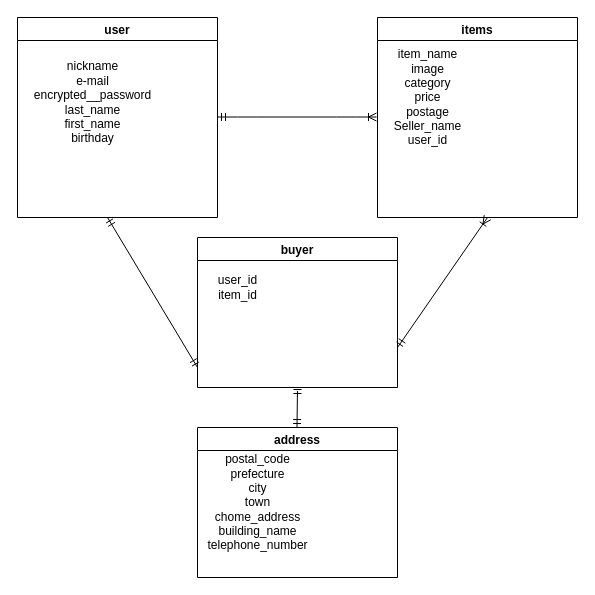
The draw.io diagram app/DB.dio in Tokuzo4/furima-37165, before the edit. Source tidied: cells renumbered, new cells numbered last; positions are measured from the earlier drawing's top-left corner, leaving out a move shared by most shapes. Both pictures are drawn from the tidied source at 100%, with x=0, y=0 at pixel (17, 17).
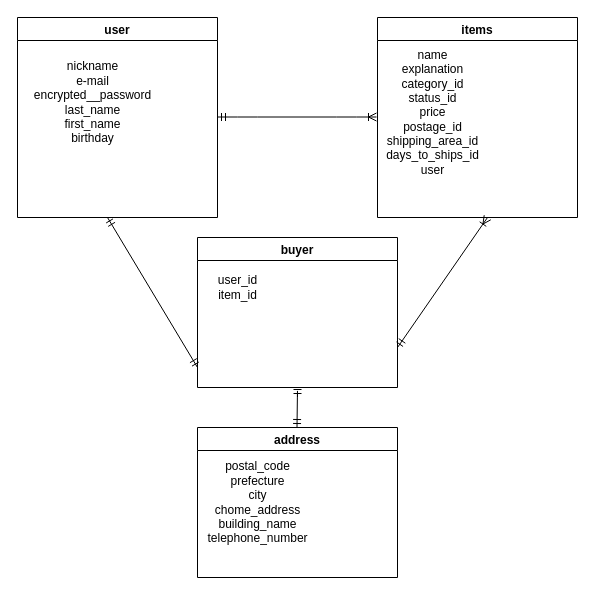
After the change.

Change to the diagram source:
```diff
@@
 <mxGraphModel>
   <root>
     <mxCell id="0" />
     <mxCell id="1" parent="0" />
     <mxCell id="2" value="user" style="swimlane;" parent="1" vertex="1">
       <mxGeometry width="200" height="200" as="geometry" />
     </mxCell>
     <mxCell id="3" value="nickname&lt;br&gt;e-mail&lt;br&gt;encrypted__password&lt;br&gt;last_name&lt;br&gt;first_name&lt;br&gt;birthday" style="text;html=1;align=center;verticalAlign=middle;fillColor=none;strokeColor=none;rounded=0;" parent="2" vertex="1">
       <mxGeometry x="10" y="40" width="130" height="90" as="geometry" />
     </mxCell>
     <mxCell id="4" value="items" style="swimlane;" parent="1" vertex="1">
       <mxGeometry x="360" width="200" height="200" as="geometry" />
     </mxCell>
-    <mxCell id="5" value="item_name&lt;br&gt;image&lt;br&gt;category&lt;br&gt;price&lt;br&gt;postage&lt;br&gt;Seller_name&lt;br&gt;user_id" style="text;html=1;align=center;verticalAlign=middle;fillColor=none;strokeColor=none;rounded=0;" parent="4" vertex="1">
-      <mxGeometry x="10" y="30" width="80" height="100" as="geometry" />
+    <mxCell id="5" value="name&lt;br&gt;explanation&lt;br&gt;category_id&lt;br&gt;status_id&lt;br&gt;price&lt;br&gt;postage_id&lt;br&gt;shipping_area_id&lt;br&gt;days_to_ships_id&lt;br&gt;user" style="text;html=1;align=center;verticalAlign=middle;fillColor=none;strokeColor=none;rounded=0;" parent="4" vertex="1">
+      <mxGeometry y="30" width="110" height="130" as="geometry" />
     </mxCell>
     <mxCell id="6" style="edgeStyle=entityRelationEdgeStyle;fontSize=12;html=1;endArrow=ERoneToMany;startArrow=ERmandOne;" parent="1" edge="1">
       <mxGeometry relative="1" as="geometry">
         <mxPoint x="200" y="99.5" as="sourcePoint" />
         <mxPoint x="359" y="99.5" as="targetPoint" />
       </mxGeometry>
     </mxCell>
     <mxCell id="7" value="buyer" style="swimlane;" parent="1" vertex="1">
       <mxGeometry x="180" y="220" width="200" height="150" as="geometry" />
     </mxCell>
     <mxCell id="8" value="user_id&lt;br&gt;item_id" style="text;html=1;align=center;verticalAlign=middle;fillColor=none;strokeColor=none;rounded=0;" parent="7" vertex="1">
       <mxGeometry x="15" y="35" width="50" height="30" as="geometry" />
     </mxCell>
     <mxCell id="9" style="fontSize=12;html=1;endArrow=ERoneToMany;startArrow=ERmandOne;" parent="1" edge="1">
       <mxGeometry relative="1" as="geometry">
         <mxPoint x="380" y="330" as="sourcePoint" />
         <mxPoint x="470" y="200" as="targetPoint" />
       </mxGeometry>
     </mxCell>
     <mxCell id="10" style="fontSize=12;html=1;endArrow=ERmandOne;startArrow=ERmandOne;" parent="1" edge="1">
       <mxGeometry relative="1" as="geometry">
         <mxPoint x="180" y="350" as="sourcePoint" />
         <mxPoint x="90" y="200" as="targetPoint" />
       </mxGeometry>
     </mxCell>
     <mxCell id="11" value="address" style="swimlane;" parent="1" vertex="1">
       <mxGeometry x="180" y="410" width="200" height="150" as="geometry" />
     </mxCell>
-    <mxCell id="12" value="postal_code&lt;br&gt;prefecture&lt;br&gt;city&lt;br&gt;town&lt;br&gt;chome_address&lt;br&gt;building_name&lt;br&gt;telephone_number" style="text;html=1;align=center;verticalAlign=middle;fillColor=none;strokeColor=none;rounded=0;" parent="11" vertex="1">
-      <mxGeometry y="25" width="120" height="100" as="geometry" />
+    <mxCell id="12" value="postal_code&lt;br&gt;prefecture&lt;br&gt;city&lt;br&gt;chome_address&lt;br&gt;building_name&lt;br&gt;telephone_number" style="text;html=1;align=center;verticalAlign=middle;fillColor=none;strokeColor=none;rounded=0;" parent="11" vertex="1">
+      <mxGeometry y="30" width="120" height="90" as="geometry" />
     </mxCell>
     <mxCell id="13" style="fontSize=12;html=1;endArrow=ERmandOne;startArrow=ERmandOne;" parent="1" edge="1">
       <mxGeometry relative="1" as="geometry">
         <mxPoint x="279.5" y="410" as="sourcePoint" />
         <mxPoint x="280" y="380" as="targetPoint" />
         <Array as="points">
           <mxPoint x="280" y="370" />
         </Array>
       </mxGeometry>
     </mxCell>
   </root>
 </mxGraphModel>
```
